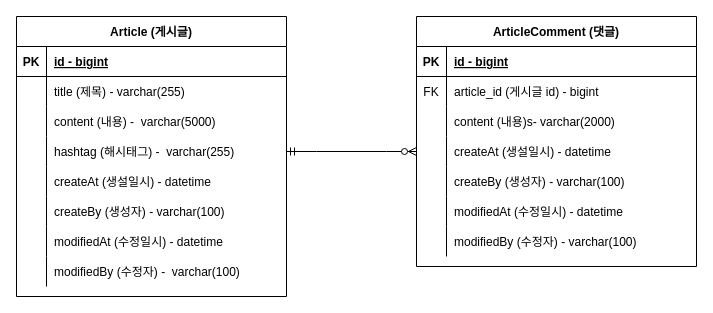
Above: documment/project-board-erd.drawio in g-boram/fastcampus-project-board (draw.io), before the change. Source tidied: cells renumbered, new cells numbered last; positions are measured from the earlier drawing's top-left corner, leaving out a move shared by most shapes. Both pictures are drawn from the tidied source at 100%, with x=0, y=0 at pixel (16, 16).
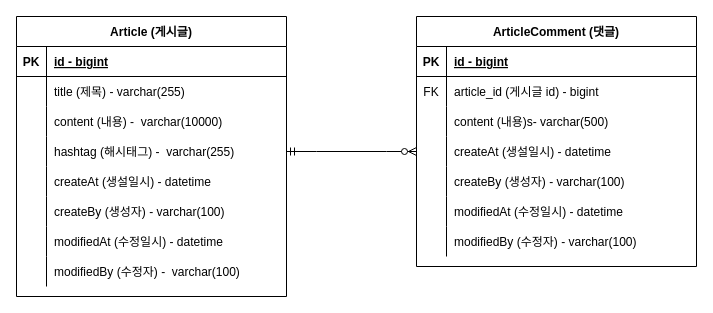
Above is the later version.

Commit message:
#10 - erd 업데이트: content 사이즈 변경

Unchanged cells that the change refers to:
```xml
<mxCell id="9" style="shape=partialRectangle;fillColor=none;top=0;left=0;right=0;bottom=0;" parent="2" vertex="1">
  <mxGeometry y="90" width="270" height="30" as="geometry" />
</mxCell>
<mxCell id="34" style="shape=partialRectangle;fillColor=none;top=0;left=0;right=0;bottom=0;" parent="27" vertex="1">
  <mxGeometry y="90" width="280" height="30" as="geometry" />
</mxCell>
```

Change to the diagram source:
```diff
@@
-    <mxCell id="11" value="content (내용) -  varchar(5000)" style="shape=partialRectangle;overflow=hidden;fillColor=none;top=0;left=0;bottom=0;right=0;align=left;spacingLeft=6;" parent="9" vertex="1">
+    <mxCell id="11" value="content (내용) -  varchar(10000)" style="shape=partialRectangle;overflow=hidden;fillColor=none;top=0;left=0;bottom=0;right=0;align=left;spacingLeft=6;" parent="9" vertex="1">
       <mxGeometry x="30" width="240" height="30" as="geometry" />
     </mxCell>
@@
-    <mxCell id="36" value="content (내용)s- varchar(2000)" style="shape=partialRectangle;overflow=hidden;fillColor=none;top=0;left=0;bottom=0;right=0;align=left;spacingLeft=6;" parent="34" vertex="1">
+    <mxCell id="36" value="content (내용)s- varchar(500)" style="shape=partialRectangle;overflow=hidden;fillColor=none;top=0;left=0;bottom=0;right=0;align=left;spacingLeft=6;" parent="34" vertex="1">
       <mxGeometry x="30" width="250" height="30" as="geometry" />
     </mxCell>
```
